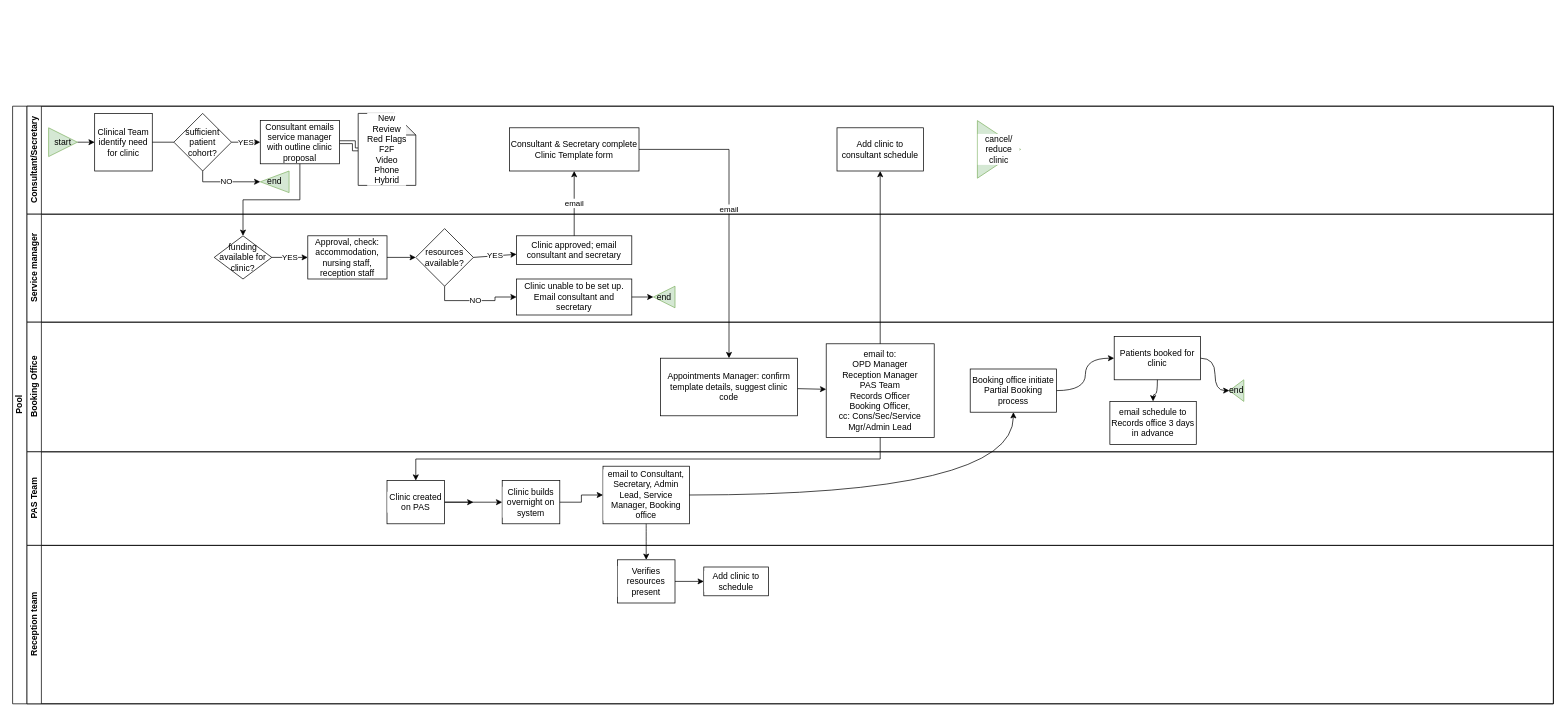
shanemuk/waiting-lists keeps this draw.io diagram as swimlane_clinictemplate1.drawio. Above is the earlier version. Source tidied: cells renumbered, new cells numbered last; positions are measured from the earlier drawing's top-left corner, leaving out a move shared by most shapes. Both pictures are drawn from the tidied source at 72%, with x=0, y=0 at pixel (12, 106).
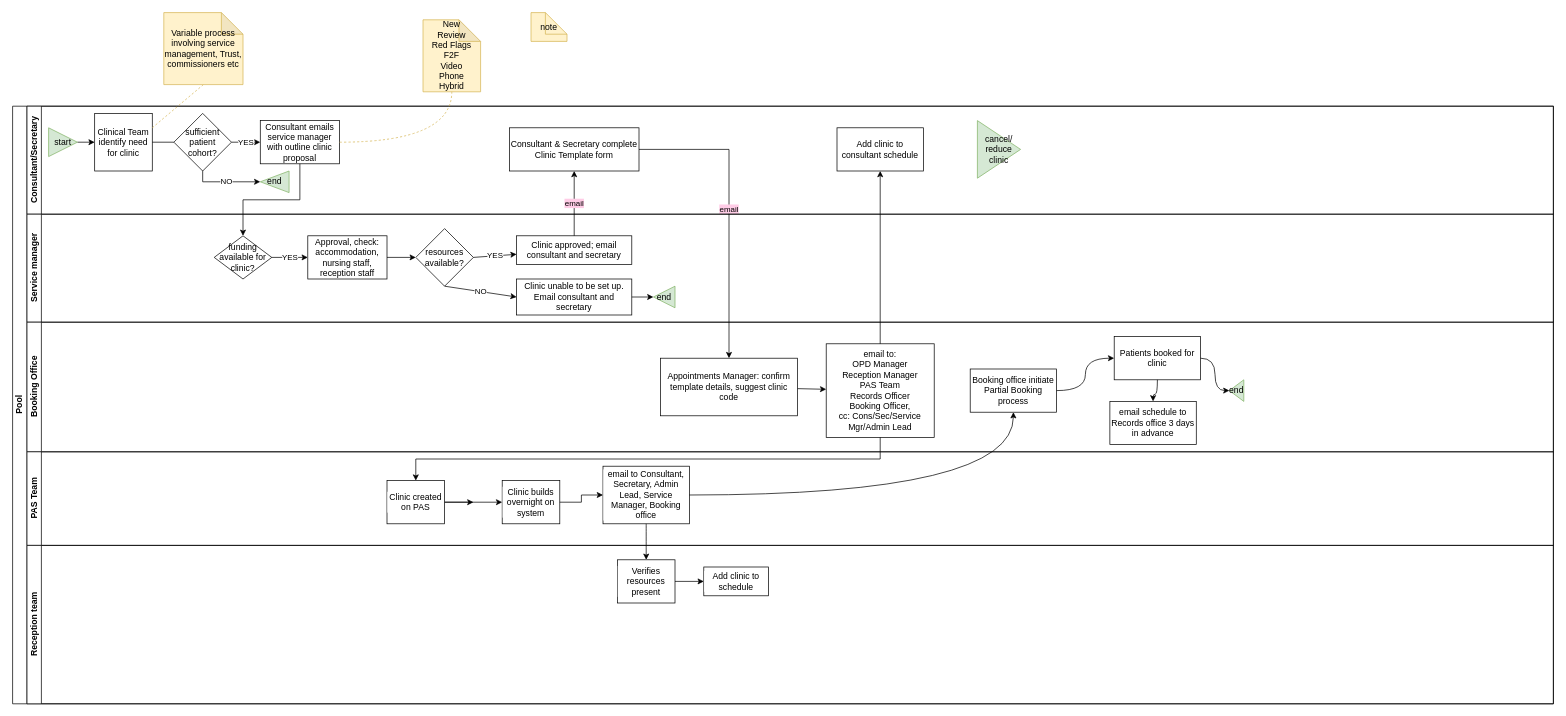
The same page after the edit.

The change refers to these unchanged cells:
```xml
<mxCell id="2" value="Pool" style="swimlane;html=1;horizontal=0;startSize=20;fillColor=default;strokeColor=default;fontColor=default;" parent="1" vertex="1">
  <mxGeometry width="2140" height="830" as="geometry" />
</mxCell>
<mxCell id="4" value="Consultant/Secretary" style="swimlane;html=1;startSize=20;horizontal=0;fillColor=default;strokeColor=default;fontColor=default;" parent="2" vertex="1">
  <mxGeometry x="20" width="2120" height="150" as="geometry" />
</mxCell>
<mxCell id="6" value="Consultant emails service manager with outline clinic proposal" style="rounded=0;whiteSpace=wrap;html=1;fontFamily=Helvetica;fontSize=12;fontColor=#000000;align=center;fillColor=default;strokeColor=default;" parent="4" vertex="1">
  <mxGeometry x="324" y="20" width="110" height="60" as="geometry" />
</mxCell>
<mxCell id="7" value="Consultant &amp;amp; Secretary complete Clinic Template form" style="whiteSpace=wrap;html=1;fontFamily=Helvetica;fontSize=12;fontColor=#000000;align=center;fillColor=default;strokeColor=default;" parent="4" vertex="1">
  <mxGeometry x="670" y="30" width="180" height="60" as="geometry" />
</mxCell>
<mxCell id="9" value="Clinical Team identify need for clinic" style="whiteSpace=wrap;html=1;fontColor=default;strokeColor=default;fillColor=default;" parent="4" vertex="1">
  <mxGeometry x="94" y="10" width="80" height="80" as="geometry" />
</mxCell>
<mxCell id="19" value="Service manager" style="swimlane;html=1;startSize=20;horizontal=0;fillColor=default;strokeColor=default;fontColor=default;" parent="2" vertex="1">
  <mxGeometry x="20" y="150" width="2120" height="150" as="geometry" />
</mxCell>
<mxCell id="24" value="resources available?" style="rhombus;whiteSpace=wrap;html=1;comic=0;fontColor=default;strokeColor=default;fillColor=default;" parent="19" vertex="1">
  <mxGeometry x="540" y="20" width="80" height="80" as="geometry" />
</mxCell>
<mxCell id="25" value="Clinic unable to be set up. Email consultant and secretary" style="whiteSpace=wrap;html=1;comic=0;fillColor=default;strokeColor=default;fontColor=default;" parent="19" vertex="1">
  <mxGeometry x="680" y="90" width="160" height="50" as="geometry" />
</mxCell>
<mxCell id="27" value="Clinic approved; email consultant and secretary" style="whiteSpace=wrap;html=1;comic=0;fillColor=default;strokeColor=default;fontColor=default;" parent="19" vertex="1">
  <mxGeometry x="680" y="30" width="160" height="40" as="geometry" />
</mxCell>
<mxCell id="33" value="Appointments Manager: confirm template details,&amp;nbsp;suggest clinic code" style="rounded=0;whiteSpace=wrap;html=1;fontFamily=Helvetica;fontSize=12;fontColor=#000000;align=center;fillColor=default;strokeColor=default;" parent="31" vertex="1">
  <mxGeometry x="880" y="50" width="190" height="80" as="geometry" />
</mxCell>
```

What changed in the source:
```diff
@@
-    <mxCell id="3" value="email" style="edgeStyle=orthogonalEdgeStyle;rounded=0;jettySize=auto;html=1;endArrow=classic;endFill=1;strokeColor=default;labelBackgroundColor=default;fontColor=default;exitX=1;exitY=0.5;exitDx=0;exitDy=0;" parent="2" edge="1" source="7" target="33">
+    <mxCell id="3" value="email" style="edgeStyle=orthogonalEdgeStyle;rounded=0;jettySize=auto;html=1;endArrow=classic;endFill=1;labelBackgroundColor=#FFCCE6;fontColor=default;exitX=1;exitY=0.5;exitDx=0;exitDy=0;fillColor=#e1d5e7;" parent="2" edge="1" source="7" target="33">
       <mxGeometry relative="1" as="geometry" />
     </mxCell>
@@
-    <mxCell id="5" style="edgeStyle=orthogonalEdgeStyle;curved=1;rounded=0;jumpStyle=arc;jettySize=auto;html=1;exitX=1;exitY=0.5;exitDx=0;exitDy=0;labelBackgroundColor=default;fontColor=default;strokeColor=default;fillColor=default;shape=link;" parent="4" edge="1" source="6" target="17">
-      <mxGeometry relative="1" as="geometry" />
-    </mxCell>
@@
-    <mxCell id="17" value="New&lt;br&gt;Review&lt;br&gt;Red Flags&lt;br&gt;F2F&lt;br&gt;Video&lt;br&gt;Phone&lt;br&gt;Hybrid" style="shape=note;whiteSpace=wrap;html=1;backgroundOutline=1;darkOpacity=0.05;labelBackgroundColor=default;comic=0;fontColor=default;strokeColor=default;fillColor=default;" parent="4" vertex="1">
-      <mxGeometry x="460" y="10" width="80" height="100" as="geometry" />
-    </mxCell>
-    <mxCell id="18" value="cancel/ reduce clinic" style="triangle;whiteSpace=wrap;html=1;labelBackgroundColor=default;comic=0;strokeColor=#82b366;fillColor=#d5e8d4;fontColor=default;" parent="4" vertex="1">
+    <mxCell id="18" value="cancel/ reduce clinic" style="triangle;whiteSpace=wrap;html=1;labelBackgroundColor=none;comic=0;strokeColor=#82b366;fillColor=#d5e8d4;fontColor=default;" parent="4" vertex="1">
       <mxGeometry x="1320" y="20" width="60" height="80" as="geometry" />
     </mxCell>
@@
-    <mxCell id="26" value="NO" style="edgeStyle=orthogonalEdgeStyle;rounded=0;jettySize=auto;html=1;labelBackgroundColor=default;fontColor=default;strokeColor=default;exitX=0.5;exitY=1;exitDx=0;exitDy=0;" parent="19" edge="1" source="24" target="25">
+    <mxCell id="26" value="NO" style="rounded=0;jettySize=auto;html=1;labelBackgroundColor=default;fontColor=default;strokeColor=default;exitX=0.5;exitY=1;exitDx=0;exitDy=0;entryX=0;entryY=0.5;entryDx=0;entryDy=0;" parent="19" edge="1" source="24" target="25">
       <mxGeometry relative="1" as="geometry" />
     </mxCell>
@@
-    <mxCell id="50" value="email" style="rounded=0;jettySize=auto;html=1;exitX=0.5;exitY=0;exitDx=0;exitDy=0;labelBackgroundColor=default;fontColor=default;strokeColor=default;entryX=0.5;entryY=1;entryDx=0;entryDy=0;" parent="2" edge="1" source="27" target="7">
+    <mxCell id="50" value="email" style="rounded=0;jettySize=auto;html=1;exitX=0.5;exitY=0;exitDx=0;exitDy=0;labelBackgroundColor=#FFCCE6;fontColor=default;strokeColor=default;entryX=0.5;entryY=1;entryDx=0;entryDy=0;" parent="2" edge="1" source="27" target="7">
       <mxGeometry relative="1" as="geometry" />
     </mxCell>
@@
+    <mxCell id="17" value="New&lt;br&gt;Review&lt;br&gt;Red Flags&lt;br&gt;F2F&lt;br&gt;Video&lt;br&gt;Phone&lt;br&gt;Hybrid" style="shape=note;whiteSpace=wrap;html=1;backgroundOutline=1;darkOpacity=0.05;labelBackgroundColor=none;comic=0;strokeColor=#d6b656;fillColor=#fff2cc;" parent="1" vertex="1">
+      <mxGeometry x="570" y="-120" width="80" height="100" as="geometry" />
+    </mxCell>
+    <mxCell id="5" style="edgeStyle=orthogonalEdgeStyle;curved=1;rounded=0;jumpStyle=arc;jettySize=auto;html=1;exitX=1;exitY=0.5;exitDx=0;exitDy=0;labelBackgroundColor=default;fontColor=default;strokeColor=#d6b656;fillColor=#fff2cc;endArrow=none;endFill=0;dashed=1;" parent="1" edge="1" source="6" target="17">
+      <mxGeometry relative="1" as="geometry" />
+    </mxCell>
+    <mxCell id="59" value="note" style="shape=note;rounded=0;whiteSpace=wrap;html=1;labelBackgroundColor=none;fillColor=#fff2cc;strokeColor=#d6b656;" parent="1" vertex="1">
+      <mxGeometry x="720" y="-130" width="50" height="40" as="geometry" />
+    </mxCell>
+    <mxCell id="60" style="edgeStyle=none;rounded=0;jettySize=auto;exitX=0.5;exitY=1;exitDx=0;exitDy=0;exitPerimeter=0;entryX=1;entryY=0.25;entryDx=0;entryDy=0;dashed=1;labelBackgroundColor=#FFCCE6;endArrow=none;endFill=0;fillColor=#fff2cc;strokeColor=#d6b656;" parent="1" edge="1" source="61" target="9">
+      <mxGeometry relative="1" as="geometry" />
+    </mxCell>
+    <mxCell id="61" value="Variable process involving service management, Trust, commissioners etc" style="shape=note;whiteSpace=wrap;html=1;backgroundOutline=1;darkOpacity=0.05;labelBackgroundColor=none;fillColor=#fff2cc;strokeColor=#d6b656;" parent="1" vertex="1">
+      <mxGeometry x="210" y="-130" width="110" height="100" as="geometry" />
+    </mxCell>
```
